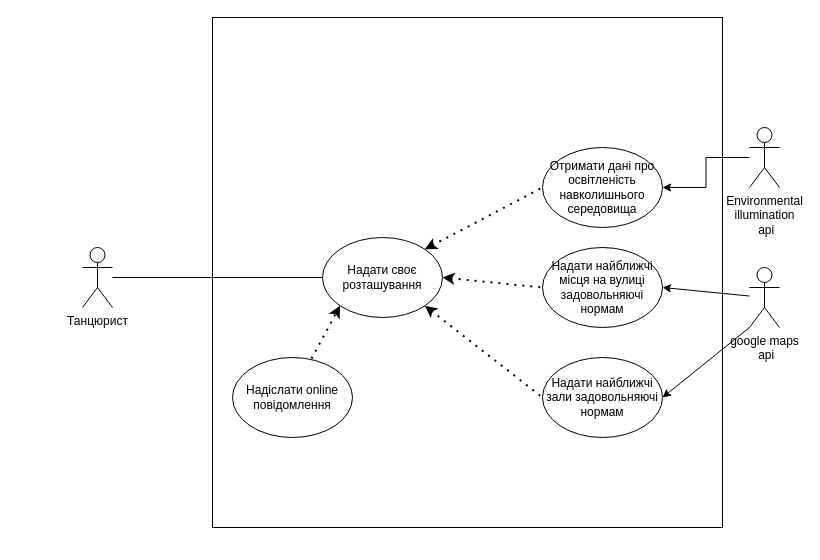
oleksandrblazhko/ai201-nosov keeps this draw.io diagram as 1-SoftwareRequirements/1.3-SoftwareUserRequirements/1.3.3-UseCaseDiagram/Diagram.drawio. Above is the earlier version. Source tidied: cells renumbered, new cells numbered last; positions are measured from the earlier drawing's top-left corner, leaving out a move shared by most shapes. Both pictures are drawn from the tidied source at 100%, with x=0, y=0 at pixel (82, 17).
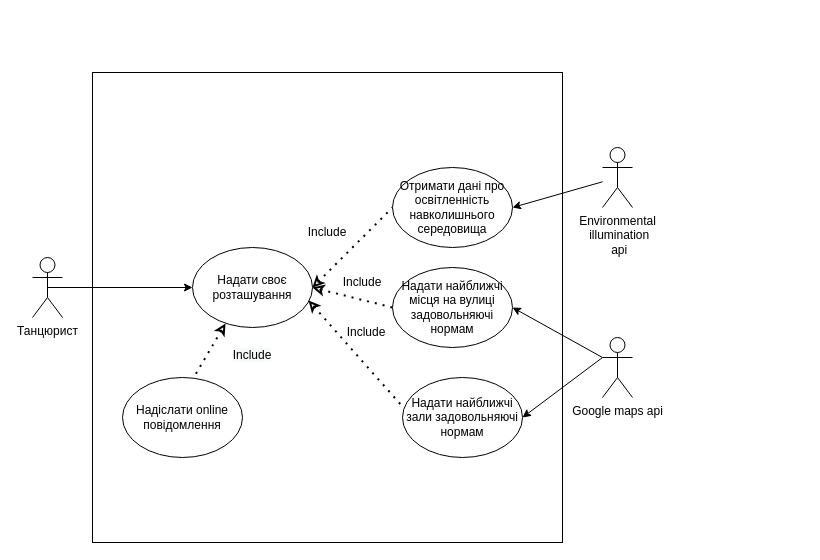
Above is the later version.

Diff of the diagram source:
```diff
@@
-    <mxCell id="2" style="rounded=0;whiteSpace=wrap;html=1;" parent="1" vertex="1">
-      <mxGeometry x="130" width="510" height="510" as="geometry" />
-    </mxCell>
-    <mxCell id="3" style="edgeStyle=orthogonalEdgeStyle;rounded=0;jettySize=auto;html=1;entryX=0;entryY=0.5;entryDx=0;entryDy=0;strokeColor=default;endArrow=none;endFill=0;" parent="1" edge="1" source="4" target="5">
-      <mxGeometry relative="1" as="geometry" />
-    </mxCell>
+    <mxCell id="19" style="whiteSpace=wrap;html=1;" parent="1" vertex="1">
+      <mxGeometry x="10" y="55" width="470" height="470" as="geometry" />
+    </mxCell>
     <mxCell id="4" value="Танцюрист" style="shape=umlActor;verticalLabelPosition=bottom;verticalAlign=top;html=1;outlineConnect=0;" parent="1" vertex="1">
-      <mxGeometry y="230" width="30" height="60" as="geometry" />
+      <mxGeometry x="-50" y="240" width="30" height="60" as="geometry" />
     </mxCell>
     <mxCell id="5" value="Надати своє розташування" style="ellipse;whiteSpace=wrap;html=1;" parent="1" vertex="1">
-      <mxGeometry x="240" y="220" width="120" height="80" as="geometry" />
+      <mxGeometry x="110" y="230" width="120" height="80" as="geometry" />
     </mxCell>
-    <mxCell id="6" value="Отримати дані про освітленість навколишнього середовища" style="ellipse;whiteSpace=wrap;html=1;" parent="1" vertex="1">
-      <mxGeometry x="460" y="130" width="120" height="80" as="geometry" />
-    </mxCell>
+    <mxCell id="20" value="Отримати дані про освітленність навколишнього середовища" style="ellipse;whiteSpace=wrap;html=1;" parent="1" vertex="1">
+      <mxGeometry x="310" y="150" width="120" height="80" as="geometry" />
+    </mxCell>
     <mxCell id="7" value="Надати найближчі місця на вулиці задовольняючі нормам" style="ellipse;whiteSpace=wrap;html=1;" parent="1" vertex="1">
-      <mxGeometry x="460" y="230" width="120" height="80" as="geometry" />
+      <mxGeometry x="310" y="250" width="120" height="80" as="geometry" />
     </mxCell>
     <mxCell id="8" value="Надати найближчі зали задовольняючі нормам" style="ellipse;whiteSpace=wrap;html=1;" parent="1" vertex="1">
-      <mxGeometry x="460" y="340" width="120" height="80" as="geometry" />
+      <mxGeometry x="320" y="360" width="120" height="80" as="geometry" />
     </mxCell>
-    <mxCell id="9" value="Надіслати online повідомлення" style="ellipse;whiteSpace=wrap;html=1;" parent="1" vertex="1">
-      <mxGeometry x="150" y="340" width="120" height="80" as="geometry" />
-    </mxCell>
-    <mxCell id="10" style="endArrow=classic;dashed=1;html=1;dashPattern=1 3;strokeWidth=2;rounded=0;strokeColor=default;exitX=0.658;exitY=0.013;exitDx=0;exitDy=0;exitPerimeter=0;entryX=0;entryY=1;entryDx=0;entryDy=0;startArrow=none;startFill=0;endFill=1;" parent="1" edge="1" source="9" target="5">
-      <mxGeometry relative="1" as="geometry" />
-    </mxCell>
-    <mxCell id="11" style="endArrow=none;dashed=1;html=1;dashPattern=1 3;strokeWidth=2;rounded=0;strokeColor=default;entryX=0;entryY=0.5;entryDx=0;entryDy=0;exitX=1;exitY=0;exitDx=0;exitDy=0;startArrow=classic;startFill=1;" parent="1" edge="1" source="5" target="6">
-      <mxGeometry relative="1" as="geometry" />
-    </mxCell>
+    <mxCell id="15" value="Environmental&lt;br&gt;&amp;nbsp;illumination&lt;br&gt;&amp;nbsp;api" style="shape=umlActor;verticalLabelPosition=bottom;verticalAlign=top;html=1;outlineConnect=0;" parent="1" vertex="1">
+      <mxGeometry x="520" y="130" width="30" height="60" as="geometry" />
+    </mxCell>
+    <mxCell id="21" value="Google maps api" style="shape=umlActor;verticalLabelPosition=bottom;verticalAlign=top;html=1;outlineConnect=0;" parent="1" vertex="1">
+      <mxGeometry x="520" y="320" width="30" height="60" as="geometry" />
+    </mxCell>
+    <mxCell id="22" style="endArrow=classic;html=1;rounded=0;entryX=1;entryY=0.5;entryDx=0;entryDy=0;" parent="1" edge="1" source="15" target="20">
+      <mxGeometry relative="1" as="geometry" />
+    </mxCell>
+    <mxCell id="23" style="endArrow=classic;html=1;rounded=0;entryX=1;entryY=0.5;entryDx=0;entryDy=0;exitX=0;exitY=0.3333333333333333;exitDx=0;exitDy=0;exitPerimeter=0;" parent="1" edge="1" source="21" target="7">
+      <mxGeometry relative="1" as="geometry" />
+    </mxCell>
+    <mxCell id="24" style="endArrow=classic;html=1;rounded=0;entryX=1;entryY=0.5;entryDx=0;entryDy=0;exitX=0;exitY=0.3333333333333333;exitDx=0;exitDy=0;exitPerimeter=0;" parent="1" edge="1" source="21" target="8">
+      <mxGeometry relative="1" as="geometry" />
+    </mxCell>
+    <mxCell id="25" style="endArrow=none;dashed=1;html=1;dashPattern=1 3;strokeWidth=2;rounded=0;startArrow=classic;startFill=0;entryX=0;entryY=0.5;entryDx=0;entryDy=0;exitX=1;exitY=0.5;exitDx=0;exitDy=0;" parent="1" edge="1" source="5" target="20">
+      <mxGeometry relative="1" as="geometry" />
+    </mxCell>
-    <mxCell id="12" style="endArrow=none;dashed=1;html=1;dashPattern=1 3;strokeWidth=2;rounded=0;strokeColor=default;entryX=0;entryY=0.5;entryDx=0;entryDy=0;exitX=1;exitY=0.5;exitDx=0;exitDy=0;startArrow=classic;startFill=1;" parent="1" edge="1" source="5" target="7">
+    <mxCell id="12" style="endArrow=none;dashed=1;html=1;dashPattern=1 3;strokeWidth=2;rounded=0;startArrow=classic;startFill=0;entryX=0;entryY=0.5;entryDx=0;entryDy=0;exitX=1;exitY=0.5;exitDx=0;exitDy=0;" parent="1" edge="1" source="5" target="7">
       <mxGeometry relative="1" as="geometry" />
     </mxCell>
-    <mxCell id="13" style="endArrow=none;dashed=1;html=1;dashPattern=1 3;strokeWidth=2;rounded=0;strokeColor=default;entryX=0;entryY=0.5;entryDx=0;entryDy=0;exitX=1;exitY=1;exitDx=0;exitDy=0;startArrow=classic;startFill=1;" parent="1" edge="1" source="5" target="8">
+    <mxCell id="13" style="endArrow=none;dashed=1;html=1;dashPattern=1 3;strokeWidth=2;rounded=0;startArrow=classic;startFill=0;entryX=0;entryY=0.363;entryDx=0;entryDy=0;exitX=0.967;exitY=0.663;exitDx=0;exitDy=0;entryPerimeter=0;exitPerimeter=0;" parent="1" edge="1" source="5" target="8">
       <mxGeometry relative="1" as="geometry" />
     </mxCell>
-    <mxCell id="14" style="edgeStyle=orthogonalEdgeStyle;rounded=0;jettySize=auto;html=1;entryX=1;entryY=0.5;entryDx=0;entryDy=0;strokeColor=default;fontColor=default;startArrow=none;startFill=0;endArrow=classic;endFill=1;" parent="1" edge="1" source="15" target="6">
-      <mxGeometry relative="1" as="geometry" />
-    </mxCell>
-    <mxCell id="15" value="Environmental &lt;br&gt;illumination&lt;br&gt;&amp;nbsp;api" style="shape=umlActor;verticalLabelPosition=bottom;verticalAlign=top;html=1;outlineConnect=0;labelBackgroundColor=default;fontColor=default;" parent="1" vertex="1">
-      <mxGeometry x="667" y="110" width="30" height="60" as="geometry" />
-    </mxCell>
-    <mxCell id="16" value="google maps&lt;br&gt;&amp;nbsp;api" style="shape=umlActor;verticalLabelPosition=bottom;verticalAlign=top;html=1;outlineConnect=0;labelBackgroundColor=default;fontColor=default;" parent="1" vertex="1">
-      <mxGeometry x="667" y="250" width="30" height="60" as="geometry" />
-    </mxCell>
-    <mxCell id="17" style="endArrow=none;html=1;rounded=0;strokeColor=default;fontColor=default;exitX=1;exitY=0.5;exitDx=0;exitDy=0;endFill=0;startArrow=classic;startFill=1;" parent="1" edge="1" source="7" target="16">
-      <mxGeometry relative="1" as="geometry" />
-    </mxCell>
-    <mxCell id="18" style="endArrow=classic;html=1;rounded=0;strokeColor=default;fontColor=default;exitX=0;exitY=1;exitDx=0;exitDy=0;exitPerimeter=0;entryX=1;entryY=0.5;entryDx=0;entryDy=0;" parent="1" edge="1" source="16" target="8">
-      <mxGeometry relative="1" as="geometry" />
-    </mxCell>
+    <mxCell id="9" value="Надіслати online повідомлення" style="ellipse;whiteSpace=wrap;html=1;" parent="1" vertex="1">
+      <mxGeometry x="40" y="360" width="120" height="80" as="geometry" />
+    </mxCell>
+    <mxCell id="26" style="endArrow=none;dashed=1;html=1;dashPattern=1 3;strokeWidth=2;rounded=0;startArrow=classic;startFill=0;entryX=0.608;entryY=-0.037;entryDx=0;entryDy=0;exitX=0.275;exitY=0.95;exitDx=0;exitDy=0;entryPerimeter=0;exitPerimeter=0;" parent="1" edge="1" source="5" target="9">
+      <mxGeometry relative="1" as="geometry" />
+    </mxCell>
+    <mxCell id="3" style="endArrow=classic;html=1;rounded=0;entryX=0;entryY=0.5;entryDx=0;entryDy=0;exitX=0.5;exitY=0.5;exitDx=0;exitDy=0;exitPerimeter=0;" parent="1" edge="1" source="4" target="5">
+      <mxGeometry relative="1" as="geometry" />
+    </mxCell>
+    <mxCell id="27" value="Include" style="text;html=1;strokeColor=none;fillColor=none;align=center;verticalAlign=middle;whiteSpace=wrap;rounded=0;" parent="1" vertex="1">
+      <mxGeometry x="215" y="200" width="60" height="30" as="geometry" />
+    </mxCell>
+    <mxCell id="28" value="&#10;&lt;span style=&quot;color: rgb(0, 0, 0); font-family: Helvetica; font-size: 12px; font-style: normal; font-variant-ligatures: normal; font-variant-caps: normal; font-weight: 400; letter-spacing: normal; orphans: 2; text-align: center; text-indent: 0px; text-transform: none; widows: 2; word-spacing: 0px; -webkit-text-stroke-width: 0px; background-color: rgb(248, 249, 250); text-decoration-thickness: initial; text-decoration-style: initial; text-decoration-color: initial; float: none; display: inline !important;&quot;&gt;Include&lt;/span&gt;&#10;&#10;" style="text;html=1;strokeColor=none;fillColor=none;align=center;verticalAlign=middle;whiteSpace=wrap;rounded=0;" parent="1" vertex="1">
+      <mxGeometry x="140" y="330" width="60" height="30" as="geometry" />
+    </mxCell>
+    <mxCell id="29" value="Include" style="text;html=1;strokeColor=none;fillColor=none;align=center;verticalAlign=middle;whiteSpace=wrap;rounded=0;" parent="1" vertex="1">
+      <mxGeometry x="254" y="300" width="60" height="30" as="geometry" />
+    </mxCell>
+    <mxCell id="30" value="Include" style="text;html=1;strokeColor=none;fillColor=none;align=center;verticalAlign=middle;whiteSpace=wrap;rounded=0;" parent="1" vertex="1">
+      <mxGeometry x="250" y="250" width="60" height="30" as="geometry" />
+    </mxCell>
```
